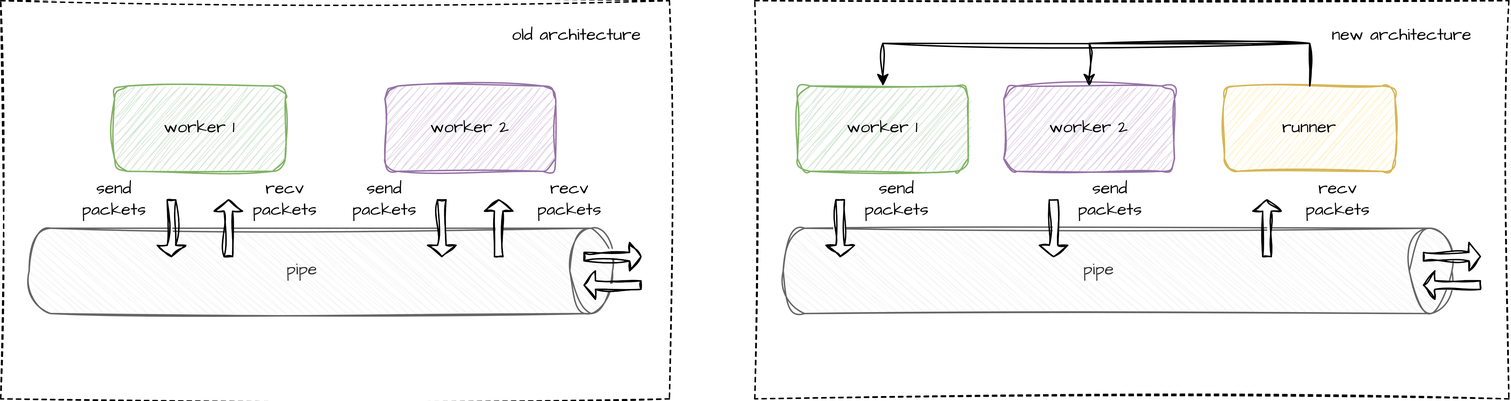
Earlier version of the draw.io export imgs/pistol_arch.png (rikonaka/pistol-rs). Source tidied: cells renumbered, new cells last; positions are measured from the earlier drawing's top-left corner, leaving out a move shared by most shapes.
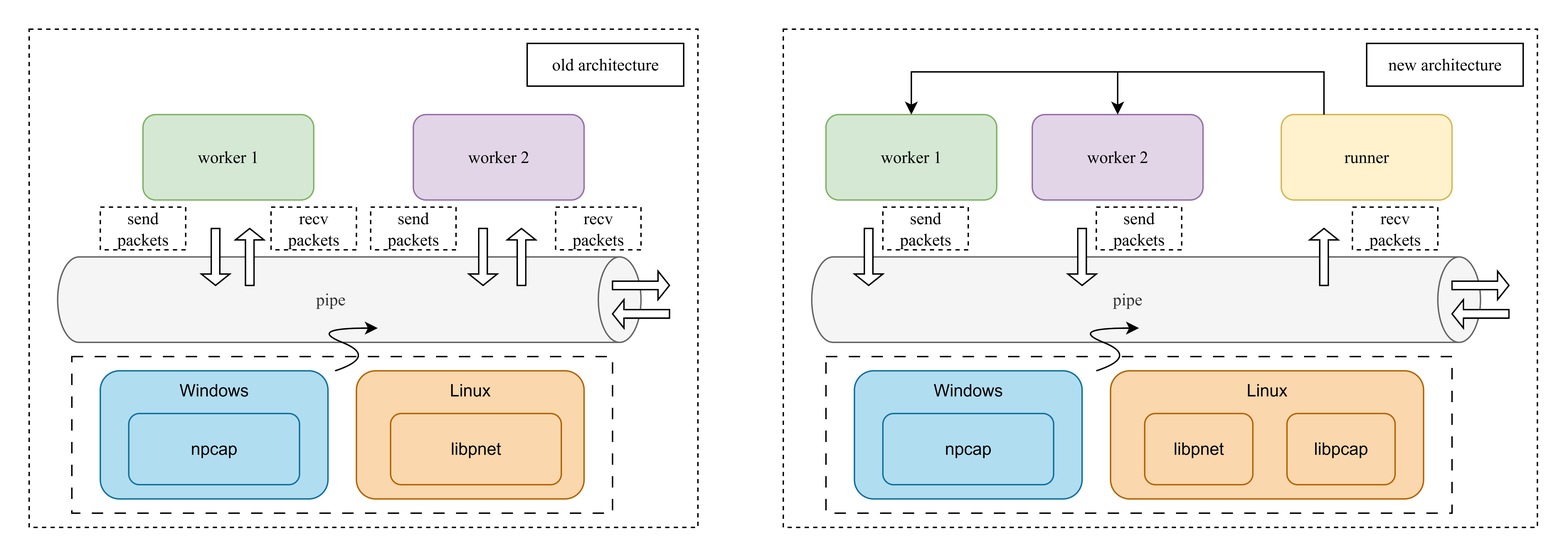
Above is the later version.

Commit message:
Added libpcap support for recv packets

Change to the diagram source:
```diff
@@ -2,108 +2,161 @@
   <root>
     <mxCell id="0" />
     <mxCell id="1" parent="0" />
-    <mxCell id="2" style="rounded=0;whiteSpace=wrap;html=1;hachureGap=4;fontFamily=Architects Daughter;fontSource=https%3A%2F%2Ffonts.googleapis.com%2Fcss%3Ffamily%3DArchitects%2BDaughter;dashed=1;sketch=1;curveFitting=1;jiggle=2;" parent="1" vertex="1">
-      <mxGeometry width="470" height="280" as="geometry" />
+    <mxCell id="2" style="rounded=0;whiteSpace=wrap;html=1;hachureGap=4;fontFamily=Times New Roman;dashed=1;" parent="1" vertex="1">
+      <mxGeometry width="470" height="350" as="geometry" />
     </mxCell>
-    <mxCell id="3" value="pipe" style="shape=cylinder3;whiteSpace=wrap;html=1;boundedLbl=1;backgroundOutline=1;size=15;hachureGap=4;fontFamily=Architects Daughter;fontSource=https%3A%2F%2Ffonts.googleapis.com%2Fcss%3Ffamily%3DArchitects%2BDaughter;direction=south;fillColor=#f5f5f5;fontColor=#333333;strokeColor=#666666;sketch=1;curveFitting=1;jiggle=2;" parent="1" vertex="1">
+    <mxCell id="3" value="pipe" style="shape=cylinder3;whiteSpace=wrap;html=1;boundedLbl=1;backgroundOutline=1;size=15;hachureGap=4;fontFamily=Times New Roman;direction=south;fillColor=#f5f5f5;fontColor=#333333;strokeColor=#666666;" parent="1" vertex="1">
       <mxGeometry x="20" y="160" width="410" height="60" as="geometry" />
     </mxCell>
-    <mxCell id="4" value="worker 1" style="rounded=1;whiteSpace=wrap;html=1;hachureGap=4;fontFamily=Architects Daughter;fontSource=https%3A%2F%2Ffonts.googleapis.com%2Fcss%3Ffamily%3DArchitects%2BDaughter;fillColor=#d5e8d4;strokeColor=#82b366;sketch=1;curveFitting=1;jiggle=2;" parent="1" vertex="1">
+    <mxCell id="4" value="worker 1" style="rounded=1;whiteSpace=wrap;html=1;hachureGap=4;fontFamily=Times New Roman;fillColor=#d5e8d4;strokeColor=#82b366;" parent="1" vertex="1">
       <mxGeometry x="80" y="60" width="120" height="60" as="geometry" />
     </mxCell>
-    <mxCell id="5" value="worker 2" style="rounded=1;whiteSpace=wrap;html=1;hachureGap=4;fontFamily=Architects Daughter;fontSource=https%3A%2F%2Ffonts.googleapis.com%2Fcss%3Ffamily%3DArchitects%2BDaughter;fillColor=#e1d5e7;strokeColor=#9673a6;sketch=1;curveFitting=1;jiggle=2;" parent="1" vertex="1">
+    <mxCell id="5" value="worker 2" style="rounded=1;whiteSpace=wrap;html=1;hachureGap=4;fontFamily=Times New Roman;fillColor=#e1d5e7;strokeColor=#9673a6;" parent="1" vertex="1">
       <mxGeometry x="270" y="60" width="120" height="60" as="geometry" />
     </mxCell>
-    <mxCell id="6" style="shape=singleArrow;whiteSpace=wrap;html=1;hachureGap=4;fontFamily=Architects Daughter;fontSource=https%3A%2F%2Ffonts.googleapis.com%2Fcss%3Ffamily%3DArchitects%2BDaughter;sketch=1;curveFitting=1;jiggle=2;" parent="1" vertex="1">
+    <mxCell id="6" style="shape=singleArrow;whiteSpace=wrap;html=1;hachureGap=4;fontFamily=Times New Roman;" parent="1" vertex="1">
       <mxGeometry x="410" y="170" width="40" height="20" as="geometry" />
     </mxCell>
-    <mxCell id="7" style="shape=singleArrow;whiteSpace=wrap;html=1;hachureGap=4;fontFamily=Architects Daughter;fontSource=https%3A%2F%2Ffonts.googleapis.com%2Fcss%3Ffamily%3DArchitects%2BDaughter;direction=west;sketch=1;curveFitting=1;jiggle=2;" parent="1" vertex="1">
+    <mxCell id="7" style="shape=singleArrow;whiteSpace=wrap;html=1;hachureGap=4;fontFamily=Times New Roman;direction=west;" parent="1" vertex="1">
       <mxGeometry x="410" y="190" width="40" height="20" as="geometry" />
     </mxCell>
-    <mxCell id="8" style="shape=singleArrow;whiteSpace=wrap;html=1;hachureGap=4;fontFamily=Architects Daughter;fontSource=https%3A%2F%2Ffonts.googleapis.com%2Fcss%3Ffamily%3DArchitects%2BDaughter;direction=south;sketch=1;curveFitting=1;jiggle=2;" parent="1" vertex="1">
-      <mxGeometry x="300" y="140" width="20" height="40" as="geometry" />
+    <mxCell id="8" style="shape=singleArrow;whiteSpace=wrap;html=1;hachureGap=4;fontFamily=Times New Roman;direction=south;" parent="1" vertex="1">
+      <mxGeometry x="309" y="140" width="20" height="40" as="geometry" />
     </mxCell>
-    <mxCell id="9" style="shape=singleArrow;whiteSpace=wrap;html=1;hachureGap=4;fontFamily=Architects Daughter;fontSource=https%3A%2F%2Ffonts.googleapis.com%2Fcss%3Ffamily%3DArchitects%2BDaughter;direction=north;sketch=1;curveFitting=1;jiggle=2;" parent="1" vertex="1">
-      <mxGeometry x="340" y="140" width="20" height="40" as="geometry" />
+    <mxCell id="9" style="shape=singleArrow;whiteSpace=wrap;html=1;hachureGap=4;fontFamily=Times New Roman;direction=north;" parent="1" vertex="1">
+      <mxGeometry x="336" y="140" width="20" height="40" as="geometry" />
     </mxCell>
-    <mxCell id="10" style="shape=singleArrow;whiteSpace=wrap;html=1;hachureGap=4;fontFamily=Architects Daughter;fontSource=https%3A%2F%2Ffonts.googleapis.com%2Fcss%3Ffamily%3DArchitects%2BDaughter;direction=south;sketch=1;curveFitting=1;jiggle=2;" parent="1" vertex="1">
-      <mxGeometry x="110" y="140" width="20" height="40" as="geometry" />
+    <mxCell id="10" style="shape=singleArrow;whiteSpace=wrap;html=1;hachureGap=4;fontFamily=Times New Roman;direction=south;" parent="1" vertex="1">
+      <mxGeometry x="121" y="140" width="20" height="40" as="geometry" />
     </mxCell>
-    <mxCell id="11" style="shape=singleArrow;whiteSpace=wrap;html=1;hachureGap=4;fontFamily=Architects Daughter;fontSource=https%3A%2F%2Ffonts.googleapis.com%2Fcss%3Ffamily%3DArchitects%2BDaughter;direction=north;sketch=1;curveFitting=1;jiggle=2;" parent="1" vertex="1">
-      <mxGeometry x="150" y="140" width="20" height="40" as="geometry" />
+    <mxCell id="11" style="shape=singleArrow;whiteSpace=wrap;html=1;hachureGap=4;fontFamily=Times New Roman;direction=north;" parent="1" vertex="1">
+      <mxGeometry x="145" y="140" width="20" height="40" as="geometry" />
     </mxCell>
-    <mxCell id="12" value="old architecture" style="text;html=1;align=center;verticalAlign=middle;whiteSpace=wrap;rounded=0;fontFamily=Architects Daughter;fontSource=https%3A%2F%2Ffonts.googleapis.com%2Fcss%3Ffamily%3DArchitects%2BDaughter;sketch=1;curveFitting=1;jiggle=2;" parent="1" vertex="1">
+    <mxCell id="12" value="old architecture" style="text;html=1;align=center;verticalAlign=middle;whiteSpace=wrap;rounded=0;fontFamily=Times New Roman;strokeColor=default;" parent="1" vertex="1">
       <mxGeometry x="350" y="10" width="110" height="30" as="geometry" />
     </mxCell>
-    <mxCell id="13" style="rounded=0;whiteSpace=wrap;html=1;hachureGap=4;fontFamily=Architects Daughter;fontSource=https%3A%2F%2Ffonts.googleapis.com%2Fcss%3Ffamily%3DArchitects%2BDaughter;dashed=1;sketch=1;curveFitting=1;jiggle=2;" parent="1" vertex="1">
-      <mxGeometry x="530" width="530" height="280" as="geometry" />
+    <mxCell id="13" style="rounded=0;whiteSpace=wrap;html=1;hachureGap=4;fontFamily=Times New Roman;dashed=1;" parent="1" vertex="1">
+      <mxGeometry x="530" width="530" height="350" as="geometry" />
     </mxCell>
-    <mxCell id="14" value="pipe" style="shape=cylinder3;whiteSpace=wrap;html=1;boundedLbl=1;backgroundOutline=1;size=15;hachureGap=4;fontFamily=Architects Daughter;fontSource=https%3A%2F%2Ffonts.googleapis.com%2Fcss%3Ffamily%3DArchitects%2BDaughter;direction=south;fillColor=#f5f5f5;fontColor=#333333;strokeColor=#666666;sketch=1;curveFitting=1;jiggle=2;" parent="1" vertex="1">
+    <mxCell id="14" value="pipe" style="shape=cylinder3;whiteSpace=wrap;html=1;boundedLbl=1;backgroundOutline=1;size=15;hachureGap=4;fontFamily=Times New Roman;direction=south;fillColor=#f5f5f5;fontColor=#333333;strokeColor=#666666;" parent="1" vertex="1">
       <mxGeometry x="550" y="160" width="470" height="60" as="geometry" />
     </mxCell>
-    <mxCell id="15" value="worker 1" style="rounded=1;whiteSpace=wrap;html=1;hachureGap=4;fontFamily=Architects Daughter;fontSource=https%3A%2F%2Ffonts.googleapis.com%2Fcss%3Ffamily%3DArchitects%2BDaughter;fillColor=#d5e8d4;strokeColor=#82b366;sketch=1;curveFitting=1;jiggle=2;" parent="1" vertex="1">
+    <mxCell id="15" value="&lt;font&gt;worker 1&lt;/font&gt;" style="rounded=1;whiteSpace=wrap;html=1;hachureGap=4;fontFamily=Times New Roman;fillColor=#d5e8d4;strokeColor=#82b366;" parent="1" vertex="1">
       <mxGeometry x="560" y="60" width="120" height="60" as="geometry" />
     </mxCell>
-    <mxCell id="16" value="worker 2" style="rounded=1;whiteSpace=wrap;html=1;hachureGap=4;fontFamily=Architects Daughter;fontSource=https%3A%2F%2Ffonts.googleapis.com%2Fcss%3Ffamily%3DArchitects%2BDaughter;fillColor=#e1d5e7;strokeColor=#9673a6;sketch=1;curveFitting=1;jiggle=2;" parent="1" vertex="1">
+    <mxCell id="16" value="&lt;font&gt;worker 2&lt;/font&gt;" style="rounded=1;whiteSpace=wrap;html=1;hachureGap=4;fontFamily=Times New Roman;fillColor=#e1d5e7;strokeColor=#9673a6;" parent="1" vertex="1">
       <mxGeometry x="705" y="60" width="120" height="60" as="geometry" />
     </mxCell>
-    <mxCell id="17" style="shape=singleArrow;whiteSpace=wrap;html=1;hachureGap=4;fontFamily=Architects Daughter;fontSource=https%3A%2F%2Ffonts.googleapis.com%2Fcss%3Ffamily%3DArchitects%2BDaughter;sketch=1;curveFitting=1;jiggle=2;" parent="1" vertex="1">
+    <mxCell id="17" style="shape=singleArrow;whiteSpace=wrap;html=1;hachureGap=4;fontFamily=Times New Roman;" parent="1" vertex="1">
       <mxGeometry x="1000" y="170" width="40" height="20" as="geometry" />
     </mxCell>
-    <mxCell id="18" style="shape=singleArrow;whiteSpace=wrap;html=1;hachureGap=4;fontFamily=Architects Daughter;fontSource=https%3A%2F%2Ffonts.googleapis.com%2Fcss%3Ffamily%3DArchitects%2BDaughter;direction=west;sketch=1;curveFitting=1;jiggle=2;" parent="1" vertex="1">
+    <mxCell id="18" style="shape=singleArrow;whiteSpace=wrap;html=1;hachureGap=4;fontFamily=Times New Roman;direction=west;" parent="1" vertex="1">
       <mxGeometry x="1000" y="190" width="40" height="20" as="geometry" />
     </mxCell>
-    <mxCell id="19" style="shape=singleArrow;whiteSpace=wrap;html=1;hachureGap=4;fontFamily=Architects Daughter;fontSource=https%3A%2F%2Ffonts.googleapis.com%2Fcss%3Ffamily%3DArchitects%2BDaughter;direction=south;sketch=1;curveFitting=1;jiggle=2;" parent="1" vertex="1">
+    <mxCell id="19" style="shape=singleArrow;whiteSpace=wrap;html=1;hachureGap=4;fontFamily=Times New Roman;direction=south;" parent="1" vertex="1">
       <mxGeometry x="730" y="140" width="20" height="40" as="geometry" />
     </mxCell>
-    <mxCell id="20" style="shape=singleArrow;whiteSpace=wrap;html=1;hachureGap=4;fontFamily=Architects Daughter;fontSource=https%3A%2F%2Ffonts.googleapis.com%2Fcss%3Ffamily%3DArchitects%2BDaughter;direction=south;sketch=1;curveFitting=1;jiggle=2;" parent="1" vertex="1">
+    <mxCell id="20" style="shape=singleArrow;whiteSpace=wrap;html=1;hachureGap=4;fontFamily=Times New Roman;direction=south;" parent="1" vertex="1">
       <mxGeometry x="580" y="140" width="20" height="40" as="geometry" />
     </mxCell>
-    <mxCell id="21" value="new architecture" style="text;html=1;align=center;verticalAlign=middle;whiteSpace=wrap;rounded=0;fontFamily=Architects Daughter;fontSource=https%3A%2F%2Ffonts.googleapis.com%2Fcss%3Ffamily%3DArchitects%2BDaughter;sketch=1;curveFitting=1;jiggle=2;" parent="1" vertex="1">
-      <mxGeometry x="930" y="10" width="110" height="30" as="geometry" />
+    <mxCell id="21" value="new architecture" style="text;html=1;align=center;verticalAlign=middle;whiteSpace=wrap;rounded=0;fontFamily=Times New Roman;strokeColor=default;" parent="1" vertex="1">
+      <mxGeometry x="940" y="10" width="110" height="30" as="geometry" />
     </mxCell>
-    <mxCell id="22" value="runner" style="rounded=1;whiteSpace=wrap;html=1;hachureGap=4;fontFamily=Architects Daughter;fontSource=https%3A%2F%2Ffonts.googleapis.com%2Fcss%3Ffamily%3DArchitects%2BDaughter;fillColor=#fff2cc;strokeColor=#d6b656;sketch=1;curveFitting=1;jiggle=2;" parent="1" vertex="1">
-      <mxGeometry x="860" y="60" width="120" height="60" as="geometry" />
+    <mxCell id="22" value="runner" style="rounded=1;whiteSpace=wrap;html=1;hachureGap=4;fontFamily=Times New Roman;fillColor=#fff2cc;strokeColor=#d6b656;" parent="1" vertex="1">
+      <mxGeometry x="880" y="60" width="120" height="60" as="geometry" />
     </mxCell>
-    <mxCell id="23" style="shape=singleArrow;whiteSpace=wrap;html=1;hachureGap=4;fontFamily=Architects Daughter;fontSource=https%3A%2F%2Ffonts.googleapis.com%2Fcss%3Ffamily%3DArchitects%2BDaughter;direction=north;sketch=1;curveFitting=1;jiggle=2;" parent="1" vertex="1">
-      <mxGeometry x="880" y="140" width="20" height="40" as="geometry" />
+    <mxCell id="23" style="shape=singleArrow;whiteSpace=wrap;html=1;hachureGap=4;fontFamily=Times New Roman;direction=north;" parent="1" vertex="1">
+      <mxGeometry x="900" y="140" width="20" height="40" as="geometry" />
     </mxCell>
-    <mxCell id="24" style="endArrow=classic;html=1;rounded=0;hachureGap=4;fontFamily=Architects Daughter;fontSource=https%3A%2F%2Ffonts.googleapis.com%2Fcss%3Ffamily%3DArchitects%2BDaughter;entryX=0.5;entryY=0;entryDx=0;entryDy=0;exitX=0.5;exitY=0;exitDx=0;exitDy=0;sketch=1;curveFitting=1;jiggle=2;" parent="1" edge="1" source="22" target="15">
+    <mxCell id="24" style="endArrow=classic;html=1;rounded=0;hachureGap=4;fontFamily=Times New Roman;entryX=0.5;entryY=0;entryDx=0;entryDy=0;exitX=0.25;exitY=0;exitDx=0;exitDy=0;" parent="1" edge="1" source="22" target="15">
       <mxGeometry relative="1" as="geometry">
         <Array as="points">
-          <mxPoint x="920" y="30" />
+          <mxPoint x="910" y="30" />
           <mxPoint x="620" y="30" />
         </Array>
       </mxGeometry>
     </mxCell>
-    <mxCell id="25" style="endArrow=classic;html=1;rounded=0;hachureGap=4;fontFamily=Architects Daughter;fontSource=https%3A%2F%2Ffonts.googleapis.com%2Fcss%3Ffamily%3DArchitects%2BDaughter;exitX=0.5;exitY=0;exitDx=0;exitDy=0;entryX=0.5;entryY=0;entryDx=0;entryDy=0;sketch=1;curveFitting=1;jiggle=2;" parent="1" edge="1" source="22" target="16">
+    <mxCell id="25" style="endArrow=classic;html=1;rounded=0;hachureGap=4;fontFamily=Times New Roman;exitX=0.25;exitY=0;exitDx=0;exitDy=0;entryX=0.5;entryY=0;entryDx=0;entryDy=0;" parent="1" edge="1" source="22" target="16">
       <mxGeometry relative="1" as="geometry">
         <Array as="points">
-          <mxPoint x="920" y="30" />
+          <mxPoint x="910" y="30" />
           <mxPoint x="765" y="30" />
         </Array>
       </mxGeometry>
     </mxCell>
-    <mxCell id="26" value="send packets" style="text;html=1;align=center;verticalAlign=middle;whiteSpace=wrap;rounded=0;fontFamily=Architects Daughter;fontSource=https%3A%2F%2Ffonts.googleapis.com%2Fcss%3Ffamily%3DArchitects%2BDaughter;sketch=1;curveFitting=1;jiggle=2;" parent="1" vertex="1">
+    <mxCell id="26" value="send packets" style="text;html=1;align=center;verticalAlign=middle;whiteSpace=wrap;rounded=0;fontFamily=Times New Roman;strokeColor=default;dashed=1;" parent="1" vertex="1">
       <mxGeometry x="600" y="125" width="60" height="30" as="geometry" />
     </mxCell>
-    <mxCell id="27" value="send packets" style="text;html=1;align=center;verticalAlign=middle;whiteSpace=wrap;rounded=0;fontFamily=Architects Daughter;fontSource=https%3A%2F%2Ffonts.googleapis.com%2Fcss%3Ffamily%3DArchitects%2BDaughter;sketch=1;curveFitting=1;jiggle=2;" parent="1" vertex="1">
+    <mxCell id="27" value="send packets" style="text;html=1;align=center;verticalAlign=middle;whiteSpace=wrap;rounded=0;fontFamily=Times New Roman;strokeColor=default;dashed=1;" parent="1" vertex="1">
       <mxGeometry x="750" y="125" width="60" height="30" as="geometry" />
     </mxCell>
-    <mxCell id="28" value="recv packets" style="text;html=1;align=center;verticalAlign=middle;whiteSpace=wrap;rounded=0;fontFamily=Architects Daughter;fontSource=https%3A%2F%2Ffonts.googleapis.com%2Fcss%3Ffamily%3DArchitects%2BDaughter;sketch=1;curveFitting=1;jiggle=2;" parent="1" vertex="1">
-      <mxGeometry x="910" y="125" width="60" height="30" as="geometry" />
+    <mxCell id="28" value="recv packets" style="text;html=1;align=center;verticalAlign=middle;whiteSpace=wrap;rounded=0;fontFamily=Times New Roman;strokeColor=default;dashed=1;" parent="1" vertex="1">
+      <mxGeometry x="930" y="125" width="60" height="30" as="geometry" />
     </mxCell>
-    <mxCell id="29" value="send packets" style="text;html=1;align=center;verticalAlign=middle;whiteSpace=wrap;rounded=0;fontFamily=Architects Daughter;fontSource=https%3A%2F%2Ffonts.googleapis.com%2Fcss%3Ffamily%3DArchitects%2BDaughter;sketch=1;curveFitting=1;jiggle=2;" parent="1" vertex="1">
+    <mxCell id="29" value="send packets" style="text;html=1;align=center;verticalAlign=middle;whiteSpace=wrap;rounded=0;fontFamily=Times New Roman;strokeColor=default;dashed=1;" parent="1" vertex="1">
       <mxGeometry x="50" y="125" width="60" height="30" as="geometry" />
     </mxCell>
-    <mxCell id="30" value="send packets" style="text;html=1;align=center;verticalAlign=middle;whiteSpace=wrap;rounded=0;fontFamily=Architects Daughter;fontSource=https%3A%2F%2Ffonts.googleapis.com%2Fcss%3Ffamily%3DArchitects%2BDaughter;sketch=1;curveFitting=1;jiggle=2;" parent="1" vertex="1">
+    <mxCell id="30" value="send packets" style="text;html=1;align=center;verticalAlign=middle;whiteSpace=wrap;rounded=0;fontFamily=Times New Roman;strokeColor=default;dashed=1;" parent="1" vertex="1">
       <mxGeometry x="240" y="125" width="60" height="30" as="geometry" />
     </mxCell>
-    <mxCell id="31" value="recv packets" style="text;html=1;align=center;verticalAlign=middle;whiteSpace=wrap;rounded=0;fontFamily=Architects Daughter;fontSource=https%3A%2F%2Ffonts.googleapis.com%2Fcss%3Ffamily%3DArchitects%2BDaughter;sketch=1;curveFitting=1;jiggle=2;" parent="1" vertex="1">
+    <mxCell id="31" value="recv packets" style="text;html=1;align=center;verticalAlign=middle;whiteSpace=wrap;rounded=0;fontFamily=Times New Roman;strokeColor=default;dashed=1;" parent="1" vertex="1">
       <mxGeometry x="170" y="125" width="60" height="30" as="geometry" />
     </mxCell>
-    <mxCell id="32" value="recv packets" style="text;html=1;align=center;verticalAlign=middle;whiteSpace=wrap;rounded=0;fontFamily=Architects Daughter;fontSource=https%3A%2F%2Ffonts.googleapis.com%2Fcss%3Ffamily%3DArchitects%2BDaughter;sketch=1;curveFitting=1;jiggle=2;" parent="1" vertex="1">
+    <mxCell id="32" value="recv packets" style="text;html=1;align=center;verticalAlign=middle;whiteSpace=wrap;rounded=0;fontFamily=Times New Roman;strokeColor=default;dashed=1;" parent="1" vertex="1">
       <mxGeometry x="370" y="125" width="60" height="30" as="geometry" />
     </mxCell>
+    <mxCell id="33" style="rounded=0;whiteSpace=wrap;html=1;dashed=1;dashPattern=8 8;" parent="1" vertex="1">
+      <mxGeometry x="30" y="230" width="380" height="110" as="geometry" />
+    </mxCell>
+    <mxCell id="34" value="Windows" style="rounded=1;whiteSpace=wrap;html=1;verticalAlign=top;fillColor=#b1ddf0;strokeColor=#10739e;" parent="1" vertex="1">
+      <mxGeometry x="50" y="240" width="160" height="90" as="geometry" />
+    </mxCell>
+    <mxCell id="35" value="Linux" style="rounded=1;whiteSpace=wrap;html=1;verticalAlign=top;fillColor=#fad7ac;strokeColor=#b46504;" parent="1" vertex="1">
+      <mxGeometry x="230" y="240" width="160" height="90" as="geometry" />
+    </mxCell>
+    <mxCell id="36" value="npcap" style="rounded=1;whiteSpace=wrap;html=1;fillColor=#b1ddf0;strokeColor=#10739e;" parent="1" vertex="1">
+      <mxGeometry x="70" y="270" width="120" height="50" as="geometry" />
+    </mxCell>
+    <mxCell id="37" value="libpnet" style="rounded=1;whiteSpace=wrap;html=1;fillColor=#fad7ac;strokeColor=#b46504;" parent="1" vertex="1">
+      <mxGeometry x="254" y="270" width="120" height="50" as="geometry" />
+    </mxCell>
+    <mxCell id="38" style="rounded=0;whiteSpace=wrap;html=1;dashed=1;dashPattern=8 8;" parent="1" vertex="1">
+      <mxGeometry x="560" y="230" width="440" height="110" as="geometry" />
+    </mxCell>
+    <mxCell id="39" value="Windows" style="rounded=1;whiteSpace=wrap;html=1;verticalAlign=top;fillColor=#b1ddf0;strokeColor=#10739e;" parent="1" vertex="1">
+      <mxGeometry x="580" y="240" width="160" height="90" as="geometry" />
+    </mxCell>
+    <mxCell id="40" value="Linux" style="rounded=1;whiteSpace=wrap;html=1;verticalAlign=top;fillColor=#fad7ac;strokeColor=#b46504;" parent="1" vertex="1">
+      <mxGeometry x="760" y="240" width="220" height="90" as="geometry" />
+    </mxCell>
+    <mxCell id="41" value="npcap" style="rounded=1;whiteSpace=wrap;html=1;fillColor=#b1ddf0;strokeColor=#10739e;" parent="1" vertex="1">
+      <mxGeometry x="600" y="270" width="120" height="50" as="geometry" />
+    </mxCell>
+    <mxCell id="42" value="libpnet" style="rounded=1;whiteSpace=wrap;html=1;fillColor=#fad7ac;strokeColor=#b46504;" parent="1" vertex="1">
+      <mxGeometry x="784" y="270" width="76" height="50" as="geometry" />
+    </mxCell>
+    <mxCell id="43" value="libpcap" style="rounded=1;whiteSpace=wrap;html=1;fillColor=#fad7ac;strokeColor=#b46504;" parent="1" vertex="1">
+      <mxGeometry x="884" y="270" width="76" height="50" as="geometry" />
+    </mxCell>
+    <mxCell id="44" style="curved=1;endArrow=classic;html=1;rounded=0;" parent="1" edge="1">
+      <mxGeometry relative="1" as="geometry">
+        <mxPoint x="750" y="240" as="sourcePoint" />
+        <mxPoint x="780" y="210" as="targetPoint" />
+        <Array as="points">
+          <mxPoint x="780" y="230" />
+          <mxPoint x="730" y="210" />
+        </Array>
+      </mxGeometry>
+    </mxCell>
+    <mxCell id="45" style="curved=1;endArrow=classic;html=1;rounded=0;" parent="1" edge="1">
+      <mxGeometry relative="1" as="geometry">
+        <mxPoint x="215" y="240" as="sourcePoint" />
+        <mxPoint x="245" y="210" as="targetPoint" />
+        <Array as="points">
+          <mxPoint x="245" y="230" />
+          <mxPoint x="195" y="210" />
+        </Array>
+      </mxGeometry>
+    </mxCell>
   </root>
 </mxGraphModel>
```
